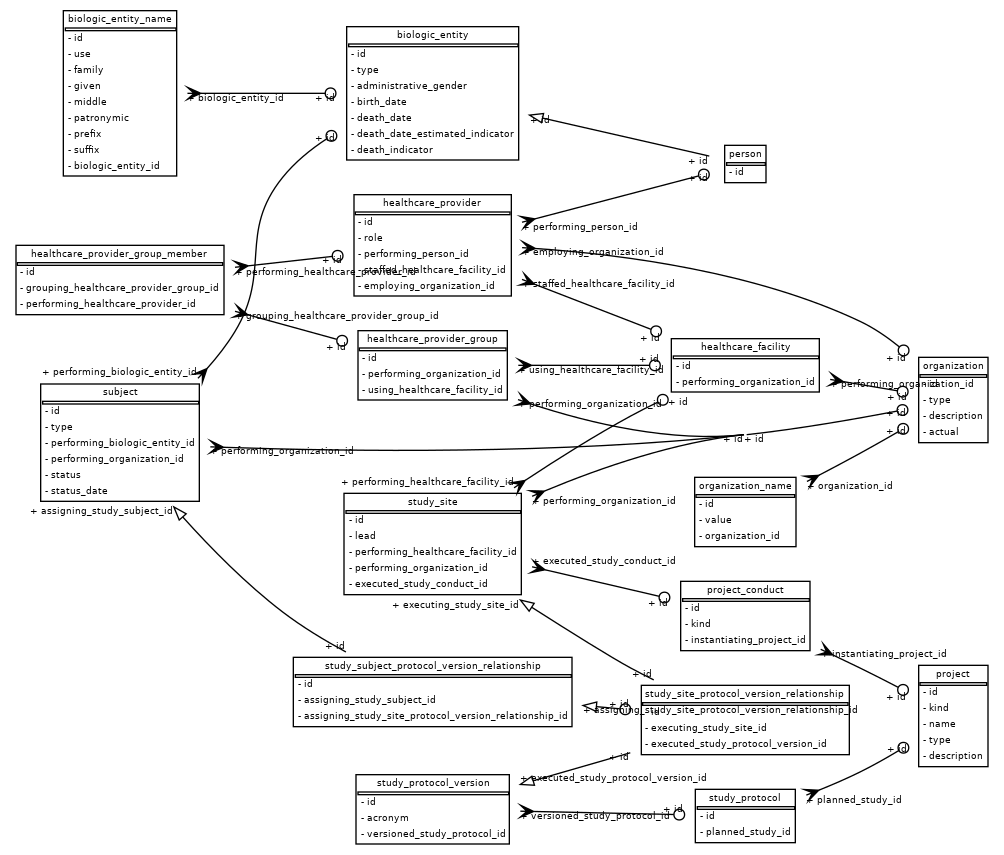
yoursdearboy/bridg keeps this Graphviz diagram as docs/db.png. Above is the earlier version. Its source is kept beside it as docs/db.dot.
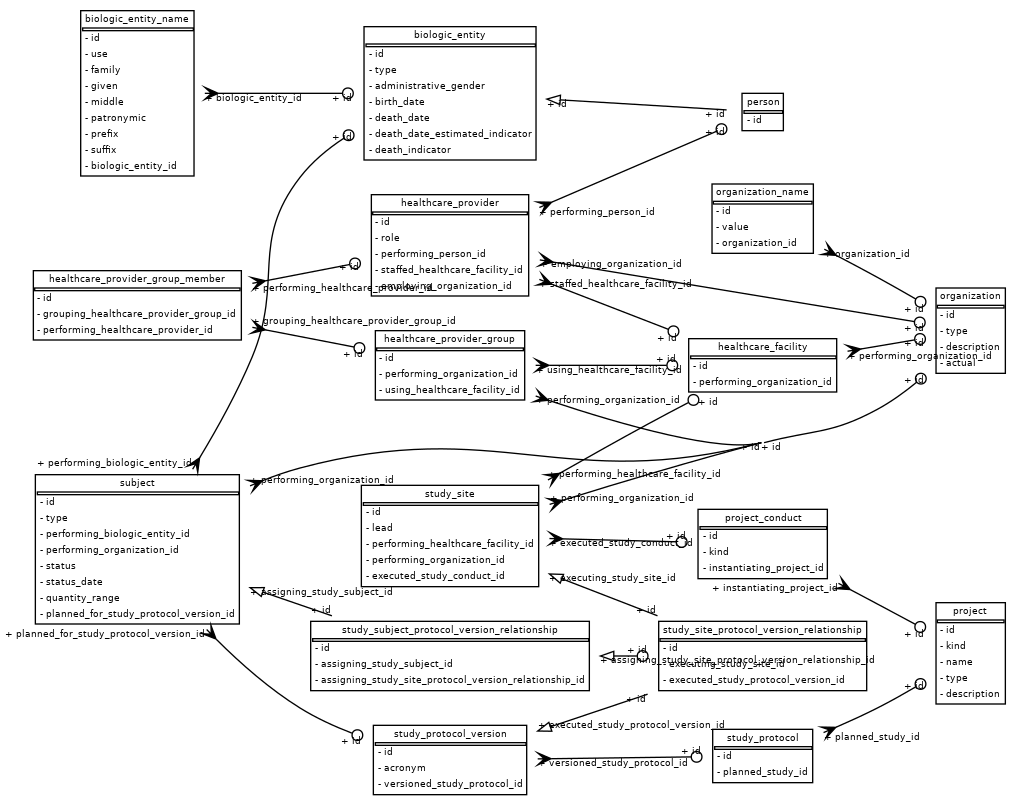
After the change.

The edit, as a diff of the source:
```diff
@@ -1,3 +1,3 @@
 digraph G {
-	graph [bb="0,0,745,633",
+	graph [bb="0,0,758.02,596",
 		concentrate=True,
@@ -14,3 +14,3 @@
 		label=<<TABLE BORDER="1" CELLBORDER="0" CELLSPACING="0"><TR><TD ALIGN="CENTER">biologic_entity_name</TD></TR><TR><TD BORDER="1" CELLPADDING="0"></TD></TR><TR><TD ALIGN="LEFT" PORT="id">- id</TD></TR><TR><TD ALIGN="LEFT" PORT="use">- use</TD></TR><TR><TD ALIGN="LEFT" PORT="family">- family</TD></TR><TR><TD ALIGN="LEFT" PORT="given">- given</TD></TR><TR><TD ALIGN="LEFT" PORT="middle">- middle</TD></TR><TR><TD ALIGN="LEFT" PORT="patronymic">- patronymic</TD></TR><TR><TD ALIGN="LEFT" PORT="prefix">- prefix</TD></TR><TR><TD ALIGN="LEFT" PORT="suffix">- suffix</TD></TR><TR><TD ALIGN="LEFT" PORT="biologic_entity_id">- biologic_entity_id</TD></TR></TABLE>>,
-		pos="86,567",
+		pos="99.019,530",
 		shape=plaintext,
@@ -21,3 +21,3 @@
 		label=<<TABLE BORDER="1" CELLBORDER="0" CELLSPACING="0"><TR><TD ALIGN="CENTER">biologic_entity</TD></TR><TR><TD BORDER="1" CELLPADDING="0"></TD></TR><TR><TD ALIGN="LEFT" PORT="id">- id</TD></TR><TR><TD ALIGN="LEFT" PORT="type">- type</TD></TR><TR><TD ALIGN="LEFT" PORT="administrative_gender">- administrative_gender</TD></TR><TR><TD ALIGN="LEFT" PORT="birth_date">- birth_date</TD></TR><TR><TD ALIGN="LEFT" PORT="death_date">- death_date</TD></TR><TR><TD ALIGN="LEFT" PORT="death_date_estimated_indicator">- death_date_estimated_indicator</TD></TR><TR><TD ALIGN="LEFT" PORT="death_indicator">- death_indicator</TD></TR></TABLE>>,
-		pos="320.5,567",
+		pos="333.52,530",
 		shape=plaintext,
@@ -29,6 +29,6 @@
 		fontsize=7.0,
-		head_lp="239.92,563",
+		head_lp="252.94,526",
 		headlabel="+ id",
-		pos="s,136.59,567 e,247.92,567 146.77,567 175.1,567 209.34,567 239.84,567",
-		tail_lp="173.09,563",
+		pos="s,149.61,530 e,260.94,530 159.79,530 188.12,530 222.36,530 252.86,530",
+		tail_lp="186.11,526",
 		taillabel="+ biologic_entity_id"];
@@ -38,3 +38,3 @@
 		label=<<TABLE BORDER="1" CELLBORDER="0" CELLSPACING="0"><TR><TD ALIGN="CENTER">person</TD></TR><TR><TD BORDER="1" CELLPADDING="0"></TD></TR><TR><TD ALIGN="LEFT" PORT="id">- id</TD></TR></TABLE>>,
-		pos="555,514",
+		pos="568.02,516",
 		shape=plaintext,
@@ -46,6 +46,6 @@
 		fontsize=7.0,
-		head_lp="519.95,515.94",
+		head_lp="532.97,513.57",
 		headlabel="+ id",
-		pos="s,393.15,550.67 402.96,548.43 446.76,538.45 497.83,526.8 527.95,519.94",
-		tail_lp="401.15,546.67",
+		pos="s,406.17,525.69 416.25,525.08 460,522.44 510.91,519.38 540.97,517.57",
+		tail_lp="414.17,521.69",
 		taillabel="+ id"];
@@ -55,3 +55,3 @@
 		label=<<TABLE BORDER="1" CELLBORDER="0" CELLSPACING="0"><TR><TD ALIGN="CENTER">organization</TD></TR><TR><TD BORDER="1" CELLPADDING="0"></TD></TR><TR><TD ALIGN="LEFT" PORT="id">- id</TD></TR><TR><TD ALIGN="LEFT" PORT="type">- type</TD></TR><TR><TD ALIGN="LEFT" PORT="description">- description</TD></TR><TR><TD ALIGN="LEFT" PORT="actual">- actual</TD></TR></TABLE>>,
-		pos="711,337",
+		pos="724.02,352",
 		shape=plaintext,
@@ -62,3 +62,3 @@
 		label=<<TABLE BORDER="1" CELLBORDER="0" CELLSPACING="0"><TR><TD ALIGN="CENTER">organization_name</TD></TR><TR><TD BORDER="1" CELLPADDING="0"></TD></TR><TR><TD ALIGN="LEFT" PORT="id">- id</TD></TR><TR><TD ALIGN="LEFT" PORT="value">- value</TD></TR><TR><TD ALIGN="LEFT" PORT="organization_id">- organization_id</TD></TR></TABLE>>,
-		pos="555,253",
+		pos="568.02,436",
 		shape=plaintext,
@@ -70,6 +70,6 @@
 		fontsize=7.0,
-		head_lp="668.84,313.35",
+		head_lp="681.86,367.65",
 		headlabel="+ id",
-		pos="s,601.21,275.89 e,676.84,317.35 610.14,280.53 620.43,285.91 631.08,291.56 641,297 650.38,302.15 660.39,307.83 669.79,313.26",
-		tail_lp="633.71,271.89",
+		pos="s,614.23,413.11 e,689.86,371.65 623.15,408.47 633.45,403.09 644.1,397.44 654.02,392 663.4,386.85 673.41,381.17 682.81,375.74",
+		tail_lp="646.73,409.11",
 		taillabel="+ organization_id"];
@@ -79,3 +79,3 @@
 		label=<<TABLE BORDER="1" CELLBORDER="0" CELLSPACING="0"><TR><TD ALIGN="CENTER">healthcare_facility</TD></TR><TR><TD BORDER="1" CELLPADDING="0"></TD></TR><TR><TD ALIGN="LEFT" PORT="id">- id</TD></TR><TR><TD ALIGN="LEFT" PORT="performing_organization_id">- performing_organization_id</TD></TR></TABLE>>,
-		pos="555,363",
+		pos="568.02,326",
 		shape=plaintext,
@@ -87,6 +87,6 @@
 		fontsize=7.0,
-		head_lp="668.96,338.58",
+		head_lp="681.98,342.42",
 		headlabel="+ id",
-		pos="s,618.64,352.42 e,676.96,342.58 628.56,350.75 642.46,348.4 656.55,346.02 669.02,343.92",
-		tail_lp="673.14,348.42",
+		pos="s,631.66,336.58 e,689.98,346.42 641.58,338.25 655.48,340.6 669.57,342.98 682.04,345.08",
+		tail_lp="686.16,332.58",
 		taillabel="+ performing_organization_id"];
@@ -96,3 +96,3 @@
 		label=<<TABLE BORDER="1" CELLBORDER="0" CELLSPACING="0"><TR><TD ALIGN="CENTER">healthcare_provider</TD></TR><TR><TD BORDER="1" CELLPADDING="0"></TD></TR><TR><TD ALIGN="LEFT" PORT="id">- id</TD></TR><TR><TD ALIGN="LEFT" PORT="role">- role</TD></TR><TR><TD ALIGN="LEFT" PORT="performing_person_id">- performing_person_id</TD></TR><TR><TD ALIGN="LEFT" PORT="staffed_healthcare_facility_id">- staffed_healthcare_facility_id</TD></TR><TR><TD ALIGN="LEFT" PORT="employing_organization_id">- employing_organization_id</TD></TR></TABLE>>,
-		pos="320.5,453",
+		pos="333.52,416",
 		shape=plaintext,
@@ -104,6 +104,6 @@
 		fontsize=7.0,
-		head_lp="668.76,367.6",
+		head_lp="681.79,353.47",
 		headlabel="+ id",
-		pos="s,387.59,451.27 e,676.76,371.6 397.64,450.62 464.61,445.97 563.25,432.79 641,396 651.42,391.07 661.51,384.14 670.62,376.76",
-		tail_lp="441.09,447.27",
+		pos="s,400.86,405.07 e,689.79,357.47 410.95,403.41 492.17,390.03 617.56,369.37 681.88,358.78",
+		tail_lp="454.36,401.07",
 		taillabel="+ employing_organization_id"];
@@ -114,6 +114,6 @@
 		fontsize=7.0,
-		head_lp="519.78,503.12",
+		head_lp="532.8,500.72",
 		headlabel="+ id",
-		pos="s,387.5,470.32 e,527.78,507.12 397.23,472.87 438.65,483.74 487.91,496.66 520.01,505.08",
-		tail_lp="431.5,466.32",
+		pos="s,400.52,444.39 e,540.8,504.72 409.97,448.45 451.61,466.36 501.26,487.71 533.42,501.55",
+		tail_lp="444.52,440.39",
 		taillabel="+ performing_person_id"];
@@ -124,6 +124,6 @@
 		fontsize=7.0,
-		head_lp="483.83,383.07",
+		head_lp="496.85,346.07",
 		headlabel="+ id",
-		pos="s,387.5,427.45 e,491.83,387.07 396.88,423.82 424.94,412.96 456.64,400.69 484.18,390.03",
-		tail_lp="445,423.45",
+		pos="s,400.52,390.45 e,504.85,350.07 409.9,386.82 437.96,375.96 469.66,363.69 497.2,353.03",
+		tail_lp="458.02,386.45",
 		taillabel="+ staffed_healthcare_facility_id"];
@@ -133,3 +133,3 @@
 		label=<<TABLE BORDER="1" CELLBORDER="0" CELLSPACING="0"><TR><TD ALIGN="CENTER">healthcare_provider_group</TD></TR><TR><TD BORDER="1" CELLPADDING="0"></TD></TR><TR><TD ALIGN="LEFT" PORT="id">- id</TD></TR><TR><TD ALIGN="LEFT" PORT="performing_organization_id">- performing_organization_id</TD></TR><TR><TD ALIGN="LEFT" PORT="using_healthcare_facility_id">- using_healthcare_facility_id</TD></TR></TABLE>>,
-		pos="320.5,363",
+		pos="333.52,326",
 		shape=plaintext,
@@ -141,6 +141,6 @@
 		fontsize=7.0,
-		head_lp="546,307",
+		head_lp="559.02,264",
 		headlabel="+ id",
-		pos="s,384.51,337.31 393.99,334.11 439.51,319.14 499.68,305.1 554,311",
-		tail_lp="439.01,333.31",
+		pos="s,397.76,302.98 407.37,299.74 463.77,280.94 537.15,260.2 567.02,268",
+		tail_lp="452.26,298.98",
 		taillabel="+ performing_organization_id"];
@@ -151,6 +151,6 @@
 		fontsize=7.0,
-		head_lp="483.19,367",
+		head_lp="496.21,330",
 		headlabel="+ id",
-		pos="s,384.72,363 e,491.19,363 395.01,363 423.15,363 455.17,363 483.06,363",
-		tail_lp="439.72,359",
+		pos="s,397.74,326 e,504.21,326 408.03,326 436.17,326 468.19,326 496.08,326",
+		tail_lp="452.74,322",
 		taillabel="+ using_healthcare_facility_id"];
@@ -160,3 +160,3 @@
 		label=<<TABLE BORDER="1" CELLBORDER="0" CELLSPACING="0"><TR><TD ALIGN="CENTER">healthcare_provider_group_member</TD></TR><TR><TD BORDER="1" CELLPADDING="0"></TD></TR><TR><TD ALIGN="LEFT" PORT="id">- id</TD></TR><TR><TD ALIGN="LEFT" PORT="grouping_healthcare_provider_group_id">- grouping_healthcare_provider_group_id</TD></TR><TR><TD ALIGN="LEFT" PORT="performing_healthcare_provider_id">- performing_healthcare_provider_id</TD></TR></TABLE>>,
-		pos="86,427",
+		pos="99.019,371",
 		shape=plaintext,
@@ -168,6 +168,6 @@
 		fontsize=7.0,
-		head_lp="245.19,441.58",
+		head_lp="258.21,399.17",
 		headlabel="+ id",
-		pos="s,172.25,436.53 e,253.19,445.58 182.36,437.66 203.27,440 225.11,442.45 245.06,444.68",
-		tail_lp="240.25,432.53",
+		pos="s,185.27,387.5 e,266.21,403.17 195.38,389.46 216.39,393.52 238.33,397.77 258.35,401.64",
+		tail_lp="253.27,383.5",
 		taillabel="+ performing_healthcare_provider_id"];
@@ -178,6 +178,6 @@
 		fontsize=7.0,
-		head_lp="248.47,376.35",
+		head_lp="261.49,334.2",
 		headlabel="+ id",
-		pos="s,172.25,403.53 e,256.47,380.35 182.14,400.81 204.35,394.7 227.62,388.29 248.56,382.53",
-		tail_lp="249.25,399.53",
+		pos="s,185.27,354.5 e,269.49,338.2 195.16,352.58 217.37,348.29 240.64,343.78 261.58,339.73",
+		tail_lp="262.27,358.5",
 		taillabel="+ grouping_healthcare_provider_group_id"];
@@ -187,3 +187,3 @@
 		label=<<TABLE BORDER="1" CELLBORDER="0" CELLSPACING="0"><TR><TD ALIGN="CENTER">project</TD></TR><TR><TD BORDER="1" CELLPADDING="0"></TD></TR><TR><TD ALIGN="LEFT" PORT="id">- id</TD></TR><TR><TD ALIGN="LEFT" PORT="kind">- kind</TD></TR><TR><TD ALIGN="LEFT" PORT="name">- name</TD></TR><TR><TD ALIGN="LEFT" PORT="type">- type</TD></TR><TR><TD ALIGN="LEFT" PORT="description">- description</TD></TR></TABLE>>,
-		pos="711,100",
+		pos="724.02,110",
 		shape=plaintext,
@@ -194,3 +194,3 @@
 		label=<<TABLE BORDER="1" CELLBORDER="0" CELLSPACING="0"><TR><TD ALIGN="CENTER">project_conduct</TD></TR><TR><TD BORDER="1" CELLPADDING="0"></TD></TR><TR><TD ALIGN="LEFT" PORT="id">- id</TD></TR><TR><TD ALIGN="LEFT" PORT="kind">- kind</TD></TR><TR><TD ALIGN="LEFT" PORT="instantiating_project_id">- instantiating_project_id</TD></TR></TABLE>>,
-		pos="555,175",
+		pos="568.02,192",
 		shape=plaintext,
@@ -202,6 +202,6 @@
 		fontsize=7.0,
-		head_lp="668.83,113.74",
+		head_lp="681.7,123.91",
 		headlabel="+ id",
-		pos="s,611.52,150.02 e,676.83,117.74 620.82,145.67 627.65,142.46 634.48,139.19 641,136 650.29,131.45 660.19,126.4 669.51,121.56",
-		tail_lp="659.02,146.02",
+		pos="s,624.82,162.51 e,689.7,127.91 634.01,157.64 640.77,154.05 647.53,150.45 654.02,147 663.2,142.11 673.06,136.83 682.37,131.84",
+		tail_lp="577.32,158.51",
 		taillabel="+ instantiating_project_id"];
@@ -209,7 +209,7 @@
 		fontsize=7.0,
-		height=1.3333,
-		label=<<TABLE BORDER="1" CELLBORDER="0" CELLSPACING="0"><TR><TD ALIGN="CENTER">subject</TD></TR><TR><TD BORDER="1" CELLPADDING="0"></TD></TR><TR><TD ALIGN="LEFT" PORT="id">- id</TD></TR><TR><TD ALIGN="LEFT" PORT="type">- type</TD></TR><TR><TD ALIGN="LEFT" PORT="performing_biologic_entity_id">- performing_biologic_entity_id</TD></TR><TR><TD ALIGN="LEFT" PORT="performing_organization_id">- performing_organization_id</TD></TR><TR><TD ALIGN="LEFT" PORT="status">- status</TD></TR><TR><TD ALIGN="LEFT" PORT="status_date">- status_date</TD></TR></TABLE>>,
-		pos="86,305",
+		height=1.6667,
+		label=<<TABLE BORDER="1" CELLBORDER="0" CELLSPACING="0"><TR><TD ALIGN="CENTER">subject</TD></TR><TR><TD BORDER="1" CELLPADDING="0"></TD></TR><TR><TD ALIGN="LEFT" PORT="id">- id</TD></TR><TR><TD ALIGN="LEFT" PORT="type">- type</TD></TR><TR><TD ALIGN="LEFT" PORT="performing_biologic_entity_id">- performing_biologic_entity_id</TD></TR><TR><TD ALIGN="LEFT" PORT="performing_organization_id">- performing_organization_id</TD></TR><TR><TD ALIGN="LEFT" PORT="status">- status</TD></TR><TR><TD ALIGN="LEFT" PORT="status_date">- status_date</TD></TR><TR><TD ALIGN="LEFT" PORT="quantity_range">- quantity_range</TD></TR><TR><TD ALIGN="LEFT" PORT="planned_for_study_protocol_version_id">- planned_for_study_protocol_version_id</TD></TR></TABLE>>,
+		pos="99.019,188",
 		shape=plaintext,
-		width=1.875];
+		width=2.3472];
 	subject -> biologic_entity	[arrowhead=odot,
@@ -219,7 +219,7 @@
 		fontsize=7.0,
-		head_lp="239.96,533.22",
+		head_lp="252.87,496.7",
 		headlabel="+ id",
-		pos="s,144.48,353.27 e,247.96,537.22 151.33,360.67 159.01,369.27 166.17,378.47 172,388 200.17,434.05 174.11,461.98 208,504 217.07,515.24 \
-228.72,524.84 241.05,532.9",
-		tail_lp="85.976,357.27",
+		pos="s,140.46,248.09 e,260.87,500.7 145.8,256.81 159.81,280 174.32,306.48 185.02,332 209.02,389.27 183.02,417.89 221.02,467 229.92,478.5 \
+241.54,488.23 253.92,496.36",
+		tail_lp="81.963,252.09",
 		taillabel="+ performing_biologic_entity_id"];
@@ -230,7 +230,24 @@
 		fontsize=7.0,
-		head_lp="562,307",
+		head_lp="575.02,264",
 		headlabel="+ id",
-		pos="s,153.75,301.88 163.89,301.52 256.67,298.35 417.25,296.15 554,311",
-		tail_lp="208.25,297.88",
+		pos="s,183.54,235.59 192.81,239.47 202.15,243.22 211.64,246.5 221.02,249 369.82,288.73 418.01,229.08 567.02,268",
+		tail_lp="238.04,239.59",
 		taillabel="+ performing_organization_id"];
+	study_protocol_version	[fontname="Bitstream-Vera Sans",
+		fontsize=7.0,
+		height=0.83333,
+		label=<<TABLE BORDER="1" CELLBORDER="0" CELLSPACING="0"><TR><TD ALIGN="CENTER">study_protocol_version</TD></TR><TR><TD BORDER="1" CELLPADDING="0"></TD></TR><TR><TD ALIGN="LEFT" PORT="id">- id</TD></TR><TR><TD ALIGN="LEFT" PORT="acronym">- acronym</TD></TR><TR><TD ALIGN="LEFT" PORT="versioned_study_protocol_id">- versioned_study_protocol_id</TD></TR></TABLE>>,
+		pos="333.52,30",
+		shape=plaintext,
+		width=1.8194];
+	subject -> study_protocol_version	[arrowhead=odot,
+		arrowtail=crow,
+		dir=both,
+		fontname="Bitstream-Vera Sans",
+		fontsize=7.0,
+		head_lp="259.8,43.243",
+		headlabel="+ id",
+		pos="s,151,127.86 e,267.8,47.243 158.24,120.49 176.85,101.9 198.49,83.02 221.02,69 232.95,61.571 246.49,55.325 259.92,50.16",
+		tail_lp="75.5,123.86",
+		taillabel="+ planned_for_study_protocol_version_id"];
 	study_subject_protocol_version_relationship	[fontname="Bitstream-Vera Sans",
@@ -239,3 +256,3 @@
 		label=<<TABLE BORDER="1" CELLBORDER="0" CELLSPACING="0"><TR><TD ALIGN="CENTER">study_subject_protocol_version_relationship</TD></TR><TR><TD BORDER="1" CELLPADDING="0"></TD></TR><TR><TD ALIGN="LEFT" PORT="id">- id</TD></TR><TR><TD ALIGN="LEFT" PORT="assigning_study_subject_id">- assigning_study_subject_id</TD></TR><TR><TD ALIGN="LEFT" PORT="assigning_study_site_protocol_version_relationship_id">- assigning_study_site_protocol_version_relationship_id</TD></TR></TABLE>>,
-		pos="320.5,118",
+		pos="333.52,108",
 		shape=plaintext,
@@ -247,6 +264,6 @@
 		fontsize=7.0,
-		head_lp="247.44,152.01",
+		head_lp="236.95,142.13",
 		headlabel="+ id",
-		pos="s,126.39,256.79 133.1,249.22 154.38,225.53 180.91,198.67 208,178 222.51,166.93 239.33,156.74 255.44,148.01",
-		tail_lp="72.387,252.79",
+		pos="s,183.63,159.23 193.53,155.82 210.51,149.98 228.15,143.91 244.95,138.13",
+		tail_lp="237.63,155.23",
 		taillabel="+ assigning_study_subject_id"];
@@ -256,3 +273,3 @@
 		label=<<TABLE BORDER="1" CELLBORDER="0" CELLSPACING="0"><TR><TD ALIGN="CENTER">study_protocol</TD></TR><TR><TD BORDER="1" CELLPADDING="0"></TD></TR><TR><TD ALIGN="LEFT" PORT="id">- id</TD></TR><TR><TD ALIGN="LEFT" PORT="planned_study_id">- planned_study_id</TD></TR></TABLE>>,
-		pos="555,25",
+		pos="568.02,33",
 		shape=plaintext,
@@ -264,14 +281,7 @@
 		fontsize=7.0,
-		head_lp="668.98,74.273",
+		head_lp="681.84,85.05",
 		headlabel="+ id",
-		pos="s,600.75,40.677 e,676.98,78.273 610.17,44.378 620.55,48.552 631.22,53.172 641,58 650.62,62.749 660.65,68.41 669.99,74.014",
-		tail_lp="637.25,36.677",
+		pos="s,613.65,50.567 e,689.84,89.05 623.07,54.591 633.46,59.105 644.17,64.015 654.02,69 663.53,73.812 673.52,79.41 682.85,84.893",
+		tail_lp="650.15,46.567",
 		taillabel="+ planned_study_id"];
-	study_protocol_version	[fontname="Bitstream-Vera Sans",
-		fontsize=7.0,
-		height=0.83333,
-		label=<<TABLE BORDER="1" CELLBORDER="0" CELLSPACING="0"><TR><TD ALIGN="CENTER">study_protocol_version</TD></TR><TR><TD BORDER="1" CELLPADDING="0"></TD></TR><TR><TD ALIGN="LEFT" PORT="id">- id</TD></TR><TR><TD ALIGN="LEFT" PORT="acronym">- acronym</TD></TR><TR><TD ALIGN="LEFT" PORT="versioned_study_protocol_id">- versioned_study_protocol_id</TD></TR></TABLE>>,
-		pos="320.5,30",
-		shape=plaintext,
-		width=1.8194];
 	study_protocol_version -> study_protocol	[arrowhead=odot,
@@ -281,6 +291,6 @@
 		fontsize=7.0,
-		head_lp="501.44,29.958",
+		head_lp="514.46,36.425",
 		headlabel="+ id",
-		pos="s,386.26,28.607 e,509.44,25.958 396.58,28.385 430.77,27.65 470.41,26.798 501.36,26.132",
-		tail_lp="442.76,24.607",
+		pos="s,399.28,30.836 e,522.46,32.425 409.6,30.969 443.79,31.41 483.43,31.921 514.38,32.321",
+		tail_lp="455.78,26.836",
 		taillabel="+ versioned_study_protocol_id"];
@@ -290,3 +300,3 @@
 		label=<<TABLE BORDER="1" CELLBORDER="0" CELLSPACING="0"><TR><TD ALIGN="CENTER">study_site_protocol_version_relationship</TD></TR><TR><TD BORDER="1" CELLPADDING="0"></TD></TR><TR><TD ALIGN="LEFT" PORT="id">- id</TD></TR><TR><TD ALIGN="LEFT" PORT="executing_study_site_id">- executing_study_site_id</TD></TR><TR><TD ALIGN="LEFT" PORT="executed_study_protocol_version_id">- executed_study_protocol_version_id</TD></TR></TABLE>>,
-		pos="555,97",
+		pos="568.02,108",
 		shape=plaintext,
@@ -298,6 +308,6 @@
 		fontsize=7.0,
-		head_lp="460.71,68.422",
+		head_lp="473.73,75.386",
 		headlabel="+ id",
-		pos="s,386.26,48.663 396.02,51.474 419.18,58.147 444.88,65.554 468.71,72.422",
-		tail_lp="456.76,52.663",
+		pos="s,399.28,51.727 409.04,55 432.19,62.769 457.9,71.392 481.73,79.386",
+		tail_lp="469.78,55.727",
 		taillabel="+ executed_study_protocol_version_id"];
@@ -307,3 +317,3 @@
 		label=<<TABLE BORDER="1" CELLBORDER="0" CELLSPACING="0"><TR><TD ALIGN="CENTER">study_site</TD></TR><TR><TD BORDER="1" CELLPADDING="0"></TD></TR><TR><TD ALIGN="LEFT" PORT="id">- id</TD></TR><TR><TD ALIGN="LEFT" PORT="lead">- lead</TD></TR><TR><TD ALIGN="LEFT" PORT="performing_healthcare_facility_id">- performing_healthcare_facility_id</TD></TR><TR><TD ALIGN="LEFT" PORT="performing_organization_id">- performing_organization_id</TD></TR><TR><TD ALIGN="LEFT" PORT="executed_study_conduct_id">- executed_study_conduct_id</TD></TR></TABLE>>,
-		pos="320.5,229",
+		pos="333.52,198",
 		shape=plaintext,
@@ -315,6 +325,7 @@
 		fontsize=7.0,
-		head_lp="668.81,326.23",
+		head_lp="681.69,314.58",
 		headlabel="+ id",
-		pos="s,395.08,264.79 404.45,268.75 447.86,286.82 502.56,305.42 554,311;e,676.81,330.23 556,311 594.48,315.18 637.93,322.78 668.84,328.69",
-		tail_lp="449.58,260.79",
+		pos="s,408.21,221.71 418.01,224.77 462.1,238.49 517.25,255 567.02,268;e,689.69,318.58 569.02,268 607.12,277.95 619.4,274.23 654.02,293 \
+664.26,298.55 674.35,305.82 683.51,313.35",
+		tail_lp="462.71,225.71",
 		taillabel="+ performing_organization_id"];
@@ -325,6 +336,6 @@
 		fontsize=7.0,
-		head_lp="504.71,334.87",
+		head_lp="527.63,297.9",
 		headlabel="+ id",
-		pos="s,381.55,271.13 e,496.71,338.87 390.03,276.79 414.45,292.95 442.48,310.56 469,325 475.46,328.52 482.32,331.99 489.22,335.32",
-		tail_lp="316.55,275.13",
+		pos="s,406.97,240.02 e,519.63,301.9 415.73,245.02 437.19,257.23 460.4,270.25 482.02,282 491.77,287.3 502.22,292.83 512.34,298.1",
+		tail_lp="471.97,244.02",
 		taillabel="+ performing_healthcare_facility_id"];
@@ -335,6 +346,6 @@
 		fontsize=7.0,
-		head_lp="490.24,183.95",
+		head_lp="503.26,197.44",
 		headlabel="+ id",
-		pos="s,395.06,211.91 e,498.24,187.95 404.99,209.61 433.06,203.09 463.91,195.92 490.22,189.81",
-		tail_lp="449.56,215.91",
+		pos="s,408.08,196.1 e,511.26,193.44 418.41,195.84 446.27,195.12 476.82,194.33 502.94,193.65",
+		tail_lp="462.58,192.1",
 		taillabel="+ executed_study_conduct_id"];
@@ -345,6 +356,6 @@
 		fontsize=7.0,
-		head_lp="478.32,131.06",
+		head_lp="481.11,142.16",
 		headlabel="+ id",
-		pos="s,386.31,186.96 394.9,181.46 424.02,162.87 454.1,144.07 469,136 474.57,132.98 480.41,129.98 486.32,127.06",
-		tail_lp="338.31,182.96",
+		pos="s,408.08,169.52 417.59,165.84 440.89,156.82 466.13,147.05 489.11,138.16",
+		tail_lp="456.08,165.52",
 		taillabel="+ executing_study_site_id"];
@@ -355,6 +366,6 @@
 		fontsize=7.0,
-		head_lp="460.95,108.68",
+		head_lp="473.97,112",
 		headlabel="+ id",
-		pos="s,433.32,107.9 e,468.95,104.68 443.44,106.99 449.22,106.46 454.99,105.94 460.67,105.43",
-		tail_lp="536.82,103.9",
+		pos="s,446.34,108 e,481.97,108 456.46,108 462.24,108 468,108 473.69,108",
+		tail_lp="549.84,104",
 		taillabel="+ assigning_study_site_protocol_version_relationship_id"];
```
